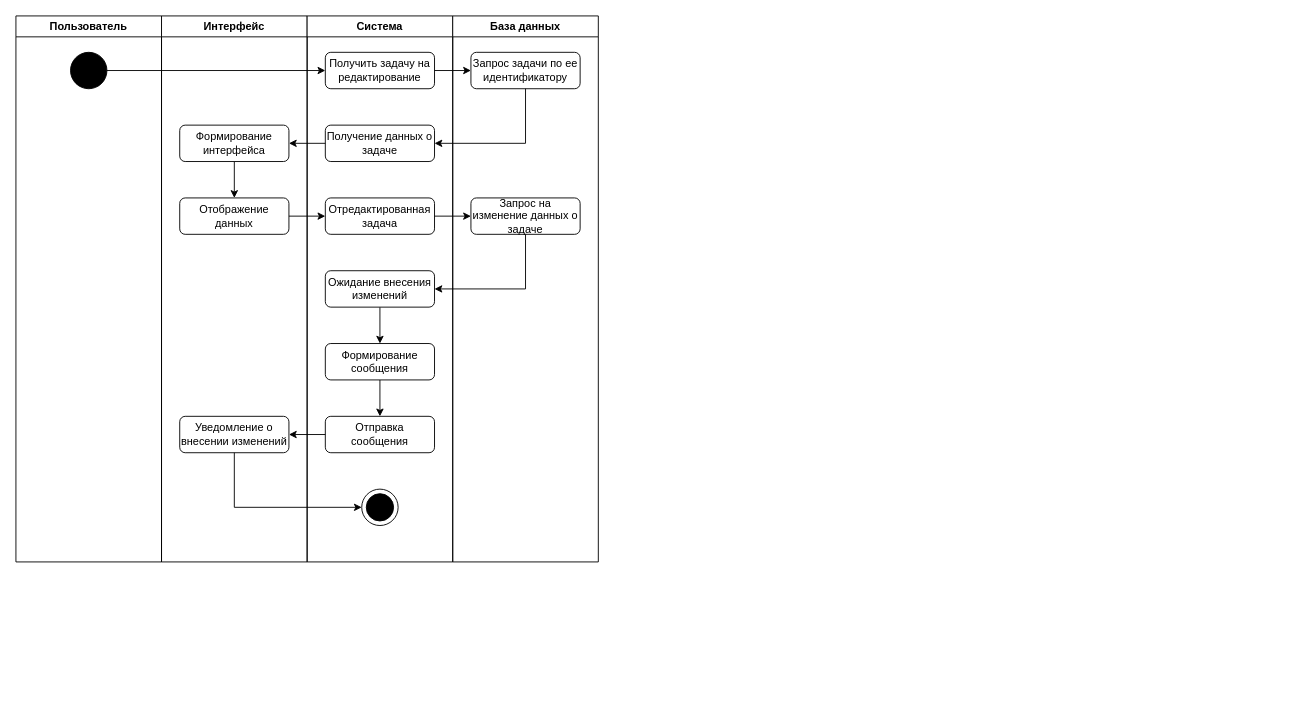
Above: ActivityDiagram.drawio in BaronVice/schemas (draw.io), before the change. Source tidied: cells renumbered, new cells numbered last; positions are measured from the earlier drawing's top-left corner, leaving out a move shared by most shapes. Both pictures are drawn from the tidied source at 91%, with x=0, y=0 at pixel (15, 15).
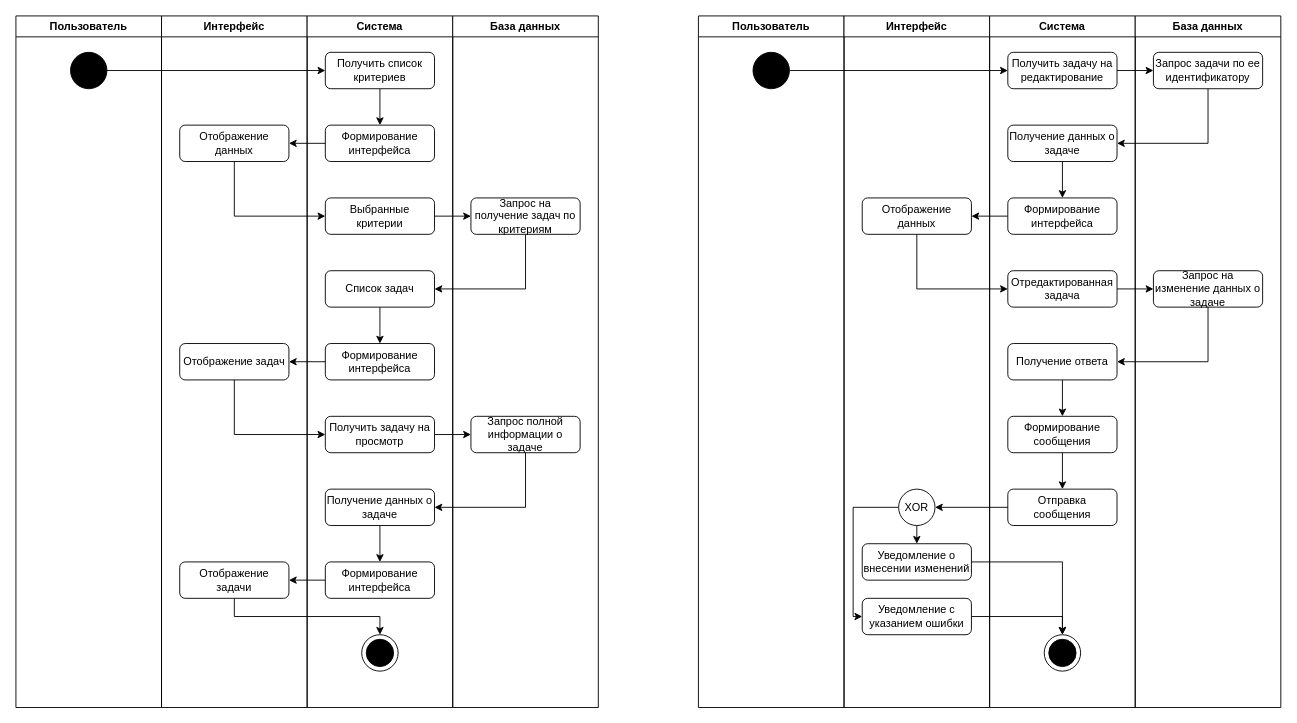
After the change.

The change refers to these unchanged cells:
```xml
<mxCell id="3" style="ellipse;whiteSpace=wrap;html=1;fillColor=#000000;" parent="2" vertex="1">
  <mxGeometry x="60" y="40" width="40" height="40" as="geometry" />
</mxCell>
```

Diff of the diagram source:
```diff
@@
     <mxCell id="2" value="Пользователь" style="swimlane;whiteSpace=wrap;html=1;" parent="1" vertex="1">
-      <mxGeometry width="160" height="600" as="geometry" />
+      <mxGeometry width="160" height="760" as="geometry" />
     </mxCell>
@@
     <mxCell id="4" value="Интерфейс" style="swimlane;whiteSpace=wrap;html=1;" parent="1" vertex="1">
-      <mxGeometry x="160" width="160" height="600" as="geometry" />
+      <mxGeometry x="160" width="160" height="760" as="geometry" />
     </mxCell>
-    <mxCell id="5" style="edgeStyle=orthogonalEdgeStyle;rounded=0;jettySize=auto;html=1;exitX=0.5;exitY=1;exitDx=0;exitDy=0;entryX=0.5;entryY=0;entryDx=0;entryDy=0;" parent="4" edge="1" source="6" target="7">
-      <mxGeometry relative="1" as="geometry" />
-    </mxCell>
-    <mxCell id="6" value="Формирование интерфейса" style="rounded=1;whiteSpace=wrap;html=1;" parent="4" vertex="1">
-      <mxGeometry x="20" y="120" width="120" height="40" as="geometry" />
-    </mxCell>
     <mxCell id="7" value="Отображение данных" style="rounded=1;whiteSpace=wrap;html=1;" parent="4" vertex="1">
-      <mxGeometry x="20" y="200" width="120" height="40" as="geometry" />
+      <mxGeometry x="20" y="120" width="120" height="40" as="geometry" />
     </mxCell>
-    <mxCell id="8" value="Уведомление о внесении изменений" style="rounded=1;whiteSpace=wrap;html=1;" parent="4" vertex="1">
-      <mxGeometry x="20" y="440" width="120" height="40" as="geometry" />
-    </mxCell>
+    <mxCell id="17" value="Отображение задач" style="rounded=1;whiteSpace=wrap;html=1;" parent="4" vertex="1">
+      <mxGeometry x="20" y="360" width="120" height="40" as="geometry" />
+    </mxCell>
+    <mxCell id="32" value="Отображение задачи" style="rounded=1;whiteSpace=wrap;html=1;" parent="4" vertex="1">
+      <mxGeometry x="20" y="600" width="120" height="40" as="geometry" />
+    </mxCell>
     <mxCell id="9" value="Система" style="swimlane;whiteSpace=wrap;html=1;" parent="1" vertex="1">
-      <mxGeometry x="320" width="160" height="600" as="geometry" />
+      <mxGeometry x="320" width="160" height="760" as="geometry" />
     </mxCell>
+    <mxCell id="33" style="edgeStyle=orthogonalEdgeStyle;rounded=0;jettySize=auto;html=1;exitX=0.5;exitY=1;exitDx=0;exitDy=0;entryX=0.5;entryY=0;entryDx=0;entryDy=0;" parent="9" edge="1" source="10" target="11">
+      <mxGeometry relative="1" as="geometry" />
+    </mxCell>
-    <mxCell id="10" value="Получить задачу на редактирование" style="rounded=1;whiteSpace=wrap;html=1;" parent="9" vertex="1">
+    <mxCell id="10" value="Получить список критериев" style="rounded=1;whiteSpace=wrap;html=1;" parent="9" vertex="1">
       <mxGeometry x="20" y="40" width="120" height="40" as="geometry" />
     </mxCell>
-    <mxCell id="11" value="Получение данных о задаче" style="rounded=1;whiteSpace=wrap;html=1;" parent="9" vertex="1">
+    <mxCell id="11" value="Формирование интерфейса" style="rounded=1;whiteSpace=wrap;html=1;" parent="9" vertex="1">
       <mxGeometry x="20" y="120" width="120" height="40" as="geometry" />
     </mxCell>
-    <mxCell id="12" value="Отредактированная задача" style="rounded=1;whiteSpace=wrap;html=1;" parent="9" vertex="1">
-      <mxGeometry x="20" y="200" width="120" height="40" as="geometry" />
-    </mxCell>
-    <mxCell id="13" style="edgeStyle=orthogonalEdgeStyle;rounded=0;jettySize=auto;html=1;exitX=0.5;exitY=1;exitDx=0;exitDy=0;entryX=0.5;entryY=0;entryDx=0;entryDy=0;" parent="9" edge="1" source="14" target="16">
-      <mxGeometry relative="1" as="geometry" />
-    </mxCell>
-    <mxCell id="14" value="Ожидание внесения изменений" style="rounded=1;whiteSpace=wrap;html=1;" parent="9" vertex="1">
-      <mxGeometry x="20" y="280" width="120" height="40" as="geometry" />
-    </mxCell>
-    <mxCell id="15" style="edgeStyle=orthogonalEdgeStyle;rounded=0;jettySize=auto;html=1;exitX=0.5;exitY=1;exitDx=0;exitDy=0;entryX=0.5;entryY=0;entryDx=0;entryDy=0;" parent="9" edge="1" source="16" target="17">
-      <mxGeometry relative="1" as="geometry" />
-    </mxCell>
-    <mxCell id="16" value="&lt;div&gt;Формирование сообщения&lt;/div&gt;" style="rounded=1;whiteSpace=wrap;html=1;" parent="9" vertex="1">
-      <mxGeometry x="20" y="360" width="120" height="40" as="geometry" />
-    </mxCell>
-    <mxCell id="17" value="&lt;div&gt;Отправка сообщения&lt;/div&gt;" style="rounded=1;whiteSpace=wrap;html=1;" parent="9" vertex="1">
-      <mxGeometry x="20" y="440" width="120" height="40" as="geometry" />
-    </mxCell>
     <mxCell id="18" style="ellipse;whiteSpace=wrap;html=1;" parent="9" vertex="1">
-      <mxGeometry x="60" y="520" width="40" height="40" as="geometry" />
+      <mxGeometry x="60" y="680" width="40" height="40" as="geometry" />
     </mxCell>
     <mxCell id="19" style="ellipse;whiteSpace=wrap;html=1;fillColor=#000000;" parent="9" vertex="1">
-      <mxGeometry x="65" y="525" width="30" height="30" as="geometry" />
+      <mxGeometry x="65" y="685" width="30" height="30" as="geometry" />
     </mxCell>
+    <mxCell id="12" value="Выбранные критерии" style="rounded=1;whiteSpace=wrap;html=1;" parent="9" vertex="1">
+      <mxGeometry x="20" y="200" width="120" height="40" as="geometry" />
+    </mxCell>
+    <mxCell id="14" value="Список задач" style="rounded=1;whiteSpace=wrap;html=1;" parent="9" vertex="1">
+      <mxGeometry x="20" y="280" width="120" height="40" as="geometry" />
+    </mxCell>
+    <mxCell id="16" value="Формирование интерфейса" style="rounded=1;whiteSpace=wrap;html=1;" parent="9" vertex="1">
+      <mxGeometry x="20" y="360" width="120" height="40" as="geometry" />
+    </mxCell>
+    <mxCell id="13" style="edgeStyle=orthogonalEdgeStyle;rounded=0;jettySize=auto;html=1;exitX=0.5;exitY=1;exitDx=0;exitDy=0;entryX=0.5;entryY=0;entryDx=0;entryDy=0;" parent="9" edge="1" source="14" target="16">
+      <mxGeometry relative="1" as="geometry" />
+    </mxCell>
+    <mxCell id="34" value="Получить задачу на просмотр" style="rounded=1;whiteSpace=wrap;html=1;" parent="9" vertex="1">
+      <mxGeometry x="20" y="440" width="120" height="40" as="geometry" />
+    </mxCell>
+    <mxCell id="35" style="edgeStyle=orthogonalEdgeStyle;rounded=0;jettySize=auto;html=1;exitX=0.5;exitY=1;exitDx=0;exitDy=0;entryX=0.5;entryY=0;entryDx=0;entryDy=0;" parent="9" edge="1" source="36" target="37">
+      <mxGeometry relative="1" as="geometry" />
+    </mxCell>
+    <mxCell id="36" value="Получение данных о задаче" style="rounded=1;whiteSpace=wrap;html=1;" parent="9" vertex="1">
+      <mxGeometry x="20" y="520" width="120" height="40" as="geometry" />
+    </mxCell>
+    <mxCell id="37" value="Формирование интерфейса" style="rounded=1;whiteSpace=wrap;html=1;" parent="9" vertex="1">
+      <mxGeometry x="20" y="600" width="120" height="40" as="geometry" />
+    </mxCell>
     <mxCell id="20" value="База данных" style="swimlane;whiteSpace=wrap;html=1;" parent="1" vertex="1">
-      <mxGeometry x="480" width="160" height="600" as="geometry" />
+      <mxGeometry x="480" width="160" height="760" as="geometry" />
     </mxCell>
+    <mxCell id="22" value="Запрос на получение задач по критериям" style="rounded=1;whiteSpace=wrap;html=1;" parent="20" vertex="1">
+      <mxGeometry x="20" y="200" width="120" height="40" as="geometry" />
+    </mxCell>
+    <mxCell id="38" value="Запрос полной информации о задаче" style="rounded=1;whiteSpace=wrap;html=1;" parent="20" vertex="1">
+      <mxGeometry x="20" y="440" width="120" height="40" as="geometry" />
+    </mxCell>
+    <mxCell id="23" style="edgeStyle=orthogonalEdgeStyle;rounded=0;jettySize=auto;html=1;exitX=1;exitY=0.5;exitDx=0;exitDy=0;entryX=0;entryY=0.5;entryDx=0;entryDy=0;" parent="1" edge="1" source="3" target="10">
+      <mxGeometry relative="1" as="geometry" />
+    </mxCell>
+    <mxCell id="39" value="Пользователь" style="swimlane;whiteSpace=wrap;html=1;" parent="1" vertex="1">
+      <mxGeometry x="750" width="160" height="760" as="geometry" />
+    </mxCell>
+    <mxCell id="40" style="ellipse;whiteSpace=wrap;html=1;fillColor=#000000;" parent="39" vertex="1">
+      <mxGeometry x="60" y="40" width="40" height="40" as="geometry" />
+    </mxCell>
+    <mxCell id="41" value="Интерфейс" style="swimlane;whiteSpace=wrap;html=1;" parent="1" vertex="1">
+      <mxGeometry x="910" width="160" height="760" as="geometry" />
+    </mxCell>
+    <mxCell id="42" value="Отображение данных" style="rounded=1;whiteSpace=wrap;html=1;" parent="41" vertex="1">
+      <mxGeometry x="20" y="200" width="120" height="40" as="geometry" />
+    </mxCell>
+    <mxCell id="8" value="Уведомление о внесении изменений" style="rounded=1;whiteSpace=wrap;html=1;" parent="41" vertex="1">
+      <mxGeometry x="20" y="580" width="120" height="40" as="geometry" />
+    </mxCell>
+    <mxCell id="43" value="Уведомление с указанием ошибки" style="rounded=1;whiteSpace=wrap;html=1;" parent="41" vertex="1">
+      <mxGeometry x="20" y="640" width="120" height="40" as="geometry" />
+    </mxCell>
+    <mxCell id="44" style="edgeStyle=orthogonalEdgeStyle;rounded=0;jettySize=auto;html=1;exitX=0.5;exitY=1;exitDx=0;exitDy=0;entryX=0.5;entryY=0;entryDx=0;entryDy=0;" parent="41" edge="1" source="46" target="8">
+      <mxGeometry relative="1" as="geometry" />
+    </mxCell>
+    <mxCell id="45" style="edgeStyle=orthogonalEdgeStyle;rounded=0;jettySize=auto;html=1;exitX=0;exitY=0.5;exitDx=0;exitDy=0;entryX=0;entryY=0.5;entryDx=0;entryDy=0;" parent="41" edge="1" source="46" target="43">
+      <mxGeometry relative="1" as="geometry">
+        <Array as="points">
+          <mxPoint x="10" y="540" />
+          <mxPoint x="10" y="660" />
+        </Array>
+      </mxGeometry>
+    </mxCell>
+    <mxCell id="46" value="XOR" style="ellipse;whiteSpace=wrap;html=1;" parent="41" vertex="1">
+      <mxGeometry x="60" y="520" width="40" height="40" as="geometry" />
+    </mxCell>
+    <mxCell id="47" value="Система" style="swimlane;whiteSpace=wrap;html=1;" parent="1" vertex="1">
+      <mxGeometry x="1070" width="160" height="760" as="geometry" />
+    </mxCell>
+    <mxCell id="48" value="Получить задачу на редактирование" style="rounded=1;whiteSpace=wrap;html=1;" parent="47" vertex="1">
+      <mxGeometry x="20" y="40" width="120" height="40" as="geometry" />
+    </mxCell>
+    <mxCell id="49" style="edgeStyle=orthogonalEdgeStyle;rounded=0;jettySize=auto;html=1;exitX=0.5;exitY=1;exitDx=0;exitDy=0;entryX=0.5;entryY=0;entryDx=0;entryDy=0;" parent="47" edge="1" source="50" target="51">
+      <mxGeometry relative="1" as="geometry" />
+    </mxCell>
+    <mxCell id="50" value="Получение данных о задаче" style="rounded=1;whiteSpace=wrap;html=1;" parent="47" vertex="1">
+      <mxGeometry x="20" y="120" width="120" height="40" as="geometry" />
+    </mxCell>
+    <mxCell id="51" value="Формирование интерфейса" style="rounded=1;whiteSpace=wrap;html=1;" parent="47" vertex="1">
+      <mxGeometry x="20" y="200" width="120" height="40" as="geometry" />
+    </mxCell>
+    <mxCell id="52" style="ellipse;whiteSpace=wrap;html=1;" parent="47" vertex="1">
+      <mxGeometry x="60" y="680" width="40" height="40" as="geometry" />
+    </mxCell>
+    <mxCell id="53" style="ellipse;whiteSpace=wrap;html=1;fillColor=#000000;" parent="47" vertex="1">
+      <mxGeometry x="65" y="685" width="30" height="30" as="geometry" />
+    </mxCell>
+    <mxCell id="54" value="База данных" style="swimlane;whiteSpace=wrap;html=1;" parent="1" vertex="1">
+      <mxGeometry x="1230" width="160" height="760" as="geometry" />
+    </mxCell>
-    <mxCell id="21" value="Запрос задачи по ее идентификатору" style="rounded=1;whiteSpace=wrap;html=1;" parent="20" vertex="1">
+    <mxCell id="21" value="Запрос задачи по ее идентификатору" style="rounded=1;whiteSpace=wrap;html=1;" parent="54" vertex="1">
       <mxGeometry x="20" y="40" width="120" height="40" as="geometry" />
     </mxCell>
-    <mxCell id="22" value="Запрос на изменение данных о задаче" style="rounded=1;whiteSpace=wrap;html=1;" parent="20" vertex="1">
-      <mxGeometry x="20" y="200" width="120" height="40" as="geometry" />
-    </mxCell>
-    <mxCell id="23" style="edgeStyle=orthogonalEdgeStyle;rounded=0;jettySize=auto;html=1;exitX=1;exitY=0.5;exitDx=0;exitDy=0;entryX=0;entryY=0.5;entryDx=0;entryDy=0;" parent="1" edge="1" source="3" target="10">
-      <mxGeometry relative="1" as="geometry" />
-    </mxCell>
-    <mxCell id="24" style="edgeStyle=orthogonalEdgeStyle;rounded=0;jettySize=auto;html=1;exitX=1;exitY=0.5;exitDx=0;exitDy=0;entryX=0;entryY=0.5;entryDx=0;entryDy=0;" parent="1" edge="1" source="10" target="21">
-      <mxGeometry relative="1" as="geometry" />
-    </mxCell>
-    <mxCell id="25" style="edgeStyle=orthogonalEdgeStyle;rounded=0;jettySize=auto;html=1;exitX=0.5;exitY=1;exitDx=0;exitDy=0;entryX=1;entryY=0.5;entryDx=0;entryDy=0;" parent="1" edge="1" source="21" target="11">
-      <mxGeometry relative="1" as="geometry" />
-    </mxCell>
-    <mxCell id="26" style="edgeStyle=orthogonalEdgeStyle;rounded=0;jettySize=auto;html=1;exitX=0;exitY=0.5;exitDx=0;exitDy=0;entryX=1;entryY=0.5;entryDx=0;entryDy=0;" parent="1" edge="1" source="11" target="6">
-      <mxGeometry relative="1" as="geometry" />
-    </mxCell>
-    <mxCell id="27" style="edgeStyle=orthogonalEdgeStyle;rounded=0;jettySize=auto;html=1;exitX=1;exitY=0.5;exitDx=0;exitDy=0;entryX=0;entryY=0.5;entryDx=0;entryDy=0;" parent="1" edge="1" source="7" target="12">
-      <mxGeometry relative="1" as="geometry" />
-    </mxCell>
+    <mxCell id="55" value="Отредактированная задача" style="rounded=1;whiteSpace=wrap;html=1;" parent="54" vertex="1">
+      <mxGeometry x="-140" y="280" width="120" height="40" as="geometry" />
+    </mxCell>
+    <mxCell id="56" style="edgeStyle=orthogonalEdgeStyle;rounded=0;jettySize=auto;html=1;exitX=0.5;exitY=1;exitDx=0;exitDy=0;entryX=0.5;entryY=0;entryDx=0;entryDy=0;" parent="54" edge="1" source="57" target="59">
+      <mxGeometry relative="1" as="geometry" />
+    </mxCell>
+    <mxCell id="57" value="Получение ответа" style="rounded=1;whiteSpace=wrap;html=1;" parent="54" vertex="1">
+      <mxGeometry x="-140" y="360" width="120" height="40" as="geometry" />
+    </mxCell>
+    <mxCell id="58" style="edgeStyle=orthogonalEdgeStyle;rounded=0;jettySize=auto;html=1;exitX=0.5;exitY=1;exitDx=0;exitDy=0;entryX=0.5;entryY=0;entryDx=0;entryDy=0;" parent="54" edge="1" source="59" target="60">
+      <mxGeometry relative="1" as="geometry" />
+    </mxCell>
+    <mxCell id="59" value="&lt;div&gt;Формирование сообщения&lt;/div&gt;" style="rounded=1;whiteSpace=wrap;html=1;" parent="54" vertex="1">
+      <mxGeometry x="-140" y="440" width="120" height="40" as="geometry" />
+    </mxCell>
+    <mxCell id="60" value="&lt;div&gt;Отправка сообщения&lt;/div&gt;" style="rounded=1;whiteSpace=wrap;html=1;" parent="54" vertex="1">
+      <mxGeometry x="-140" y="520" width="120" height="40" as="geometry" />
+    </mxCell>
+    <mxCell id="61" value="Запрос на изменение данных о задаче" style="rounded=1;whiteSpace=wrap;html=1;" parent="54" vertex="1">
+      <mxGeometry x="20" y="280" width="120" height="40" as="geometry" />
+    </mxCell>
+    <mxCell id="62" style="edgeStyle=orthogonalEdgeStyle;rounded=0;jettySize=auto;html=1;exitX=1;exitY=0.5;exitDx=0;exitDy=0;entryX=0;entryY=0.5;entryDx=0;entryDy=0;" parent="54" edge="1" source="55" target="61">
+      <mxGeometry relative="1" as="geometry" />
+    </mxCell>
+    <mxCell id="63" style="edgeStyle=orthogonalEdgeStyle;rounded=0;jettySize=auto;html=1;exitX=0.5;exitY=1;exitDx=0;exitDy=0;entryX=1;entryY=0.5;entryDx=0;entryDy=0;" parent="54" edge="1" source="61" target="57">
+      <mxGeometry relative="1" as="geometry" />
+    </mxCell>
+    <mxCell id="64" style="edgeStyle=orthogonalEdgeStyle;rounded=0;jettySize=auto;html=1;exitX=1;exitY=0.5;exitDx=0;exitDy=0;entryX=0;entryY=0.5;entryDx=0;entryDy=0;" parent="1" edge="1" source="40" target="48">
+      <mxGeometry relative="1" as="geometry" />
+    </mxCell>
+    <mxCell id="65" style="edgeStyle=orthogonalEdgeStyle;rounded=0;jettySize=auto;html=1;exitX=1;exitY=0.5;exitDx=0;exitDy=0;entryX=0;entryY=0.5;entryDx=0;entryDy=0;" parent="1" edge="1" source="48" target="21">
+      <mxGeometry relative="1" as="geometry" />
+    </mxCell>
+    <mxCell id="66" style="edgeStyle=orthogonalEdgeStyle;rounded=0;jettySize=auto;html=1;exitX=0.5;exitY=1;exitDx=0;exitDy=0;entryX=1;entryY=0.5;entryDx=0;entryDy=0;" parent="1" edge="1" source="21" target="50">
+      <mxGeometry relative="1" as="geometry" />
+    </mxCell>
+    <mxCell id="67" style="edgeStyle=orthogonalEdgeStyle;rounded=0;jettySize=auto;html=1;exitX=0;exitY=0.5;exitDx=0;exitDy=0;entryX=1;entryY=0.5;entryDx=0;entryDy=0;" parent="1" edge="1" source="51" target="42">
+      <mxGeometry relative="1" as="geometry" />
+    </mxCell>
+    <mxCell id="68" style="edgeStyle=orthogonalEdgeStyle;rounded=0;jettySize=auto;html=1;exitX=0.5;exitY=1;exitDx=0;exitDy=0;entryX=0;entryY=0.5;entryDx=0;entryDy=0;" parent="1" edge="1" source="42" target="55">
+      <mxGeometry relative="1" as="geometry" />
+    </mxCell>
+    <mxCell id="69" style="edgeStyle=orthogonalEdgeStyle;rounded=0;jettySize=auto;html=1;exitX=0;exitY=0.5;exitDx=0;exitDy=0;entryX=1;entryY=0.5;entryDx=0;entryDy=0;" parent="1" edge="1" source="60" target="46">
+      <mxGeometry relative="1" as="geometry" />
+    </mxCell>
+    <mxCell id="70" style="edgeStyle=orthogonalEdgeStyle;rounded=0;jettySize=auto;html=1;exitX=1;exitY=0.5;exitDx=0;exitDy=0;entryX=0.5;entryY=0;entryDx=0;entryDy=0;" parent="1" edge="1" source="8" target="52">
+      <mxGeometry relative="1" as="geometry" />
+    </mxCell>
+    <mxCell id="71" style="edgeStyle=orthogonalEdgeStyle;rounded=0;jettySize=auto;html=1;exitX=1;exitY=0.5;exitDx=0;exitDy=0;entryX=0.5;entryY=0;entryDx=0;entryDy=0;" parent="1" edge="1" source="43" target="52">
+      <mxGeometry relative="1" as="geometry" />
+    </mxCell>
+    <mxCell id="72" style="edgeStyle=orthogonalEdgeStyle;rounded=0;jettySize=auto;html=1;exitX=0;exitY=0.5;exitDx=0;exitDy=0;entryX=1;entryY=0.5;entryDx=0;entryDy=0;" parent="1" edge="1" source="11" target="7">
+      <mxGeometry relative="1" as="geometry" />
+    </mxCell>
@@
-    <mxCell id="30" style="edgeStyle=orthogonalEdgeStyle;rounded=0;jettySize=auto;html=1;exitX=0;exitY=0.5;exitDx=0;exitDy=0;entryX=1;entryY=0.5;entryDx=0;entryDy=0;" parent="1" edge="1" source="17" target="8">
-      <mxGeometry relative="1" as="geometry" />
-    </mxCell>
-    <mxCell id="31" style="edgeStyle=orthogonalEdgeStyle;rounded=0;jettySize=auto;html=1;exitX=0.5;exitY=1;exitDx=0;exitDy=0;entryX=0;entryY=0.5;entryDx=0;entryDy=0;" parent="1" edge="1" source="8" target="18">
-      <mxGeometry relative="1" as="geometry" />
-    </mxCell>
+    <mxCell id="27" style="edgeStyle=orthogonalEdgeStyle;rounded=0;jettySize=auto;html=1;exitX=0.5;exitY=1;exitDx=0;exitDy=0;entryX=0;entryY=0.5;entryDx=0;entryDy=0;" parent="1" edge="1" source="7" target="12">
+      <mxGeometry relative="1" as="geometry" />
+    </mxCell>
+    <mxCell id="15" style="edgeStyle=orthogonalEdgeStyle;rounded=0;jettySize=auto;html=1;exitX=0;exitY=0.5;exitDx=0;exitDy=0;entryX=1;entryY=0.5;entryDx=0;entryDy=0;" parent="1" edge="1" source="16" target="17">
+      <mxGeometry relative="1" as="geometry" />
+    </mxCell>
+    <mxCell id="73" style="edgeStyle=orthogonalEdgeStyle;rounded=0;jettySize=auto;html=1;exitX=0.5;exitY=1;exitDx=0;exitDy=0;entryX=0;entryY=0.5;entryDx=0;entryDy=0;" parent="1" edge="1" source="17" target="34">
+      <mxGeometry relative="1" as="geometry" />
+    </mxCell>
+    <mxCell id="74" style="edgeStyle=orthogonalEdgeStyle;rounded=0;jettySize=auto;html=1;exitX=1;exitY=0.5;exitDx=0;exitDy=0;entryX=0;entryY=0.5;entryDx=0;entryDy=0;" parent="1" edge="1" source="34" target="38">
+      <mxGeometry relative="1" as="geometry" />
+    </mxCell>
+    <mxCell id="75" style="edgeStyle=orthogonalEdgeStyle;rounded=0;jettySize=auto;html=1;exitX=0.5;exitY=1;exitDx=0;exitDy=0;entryX=1;entryY=0.5;entryDx=0;entryDy=0;" parent="1" edge="1" source="38" target="36">
+      <mxGeometry relative="1" as="geometry" />
+    </mxCell>
+    <mxCell id="76" style="edgeStyle=orthogonalEdgeStyle;rounded=0;jettySize=auto;html=1;exitX=0;exitY=0.5;exitDx=0;exitDy=0;entryX=1;entryY=0.5;entryDx=0;entryDy=0;" parent="1" edge="1" source="37" target="32">
+      <mxGeometry relative="1" as="geometry" />
+    </mxCell>
+    <mxCell id="77" style="edgeStyle=orthogonalEdgeStyle;rounded=0;jettySize=auto;html=1;exitX=0.5;exitY=1;exitDx=0;exitDy=0;entryX=0.5;entryY=0;entryDx=0;entryDy=0;" parent="1" edge="1" source="32" target="18">
+      <mxGeometry relative="1" as="geometry" />
+    </mxCell>
```
